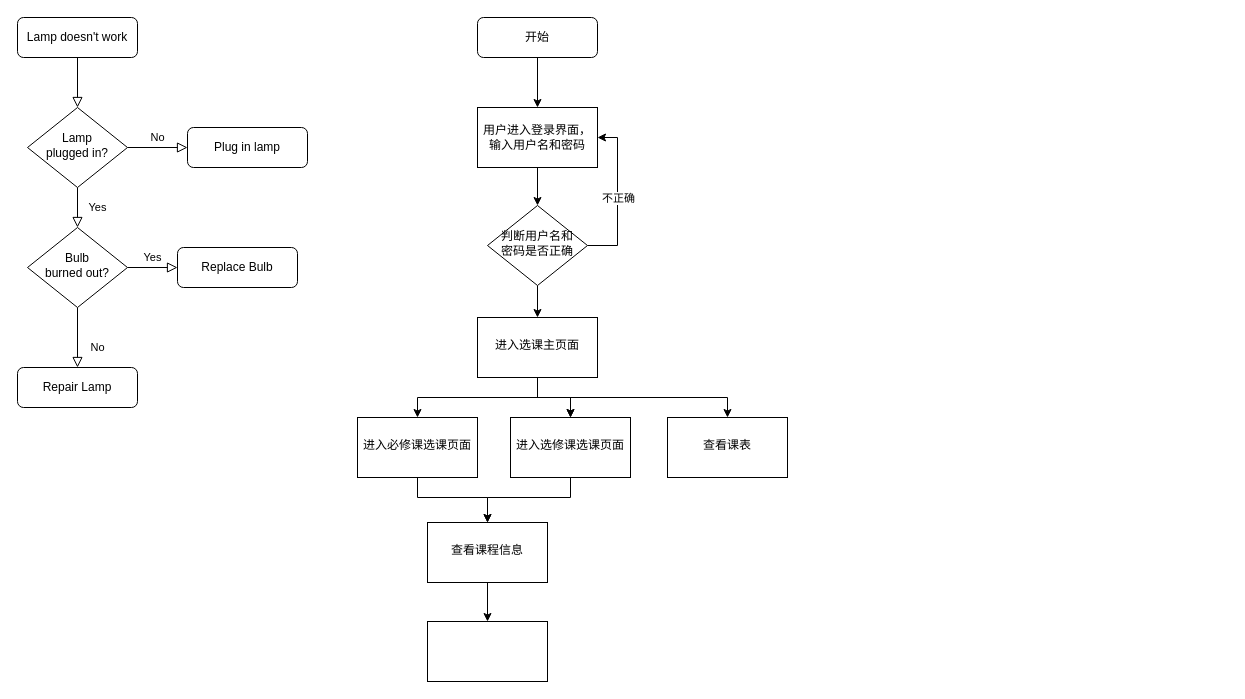
Earlier version of the draw.io diagram 1.drawio (Wanwan0407/Web-wan). Source tidied: cells renumbered, new cells numbered last; positions are measured from the earlier drawing's top-left corner, leaving out a move shared by most shapes. Both pictures are drawn from the tidied source at 100%, with x=0, y=0 at pixel (17, 17).
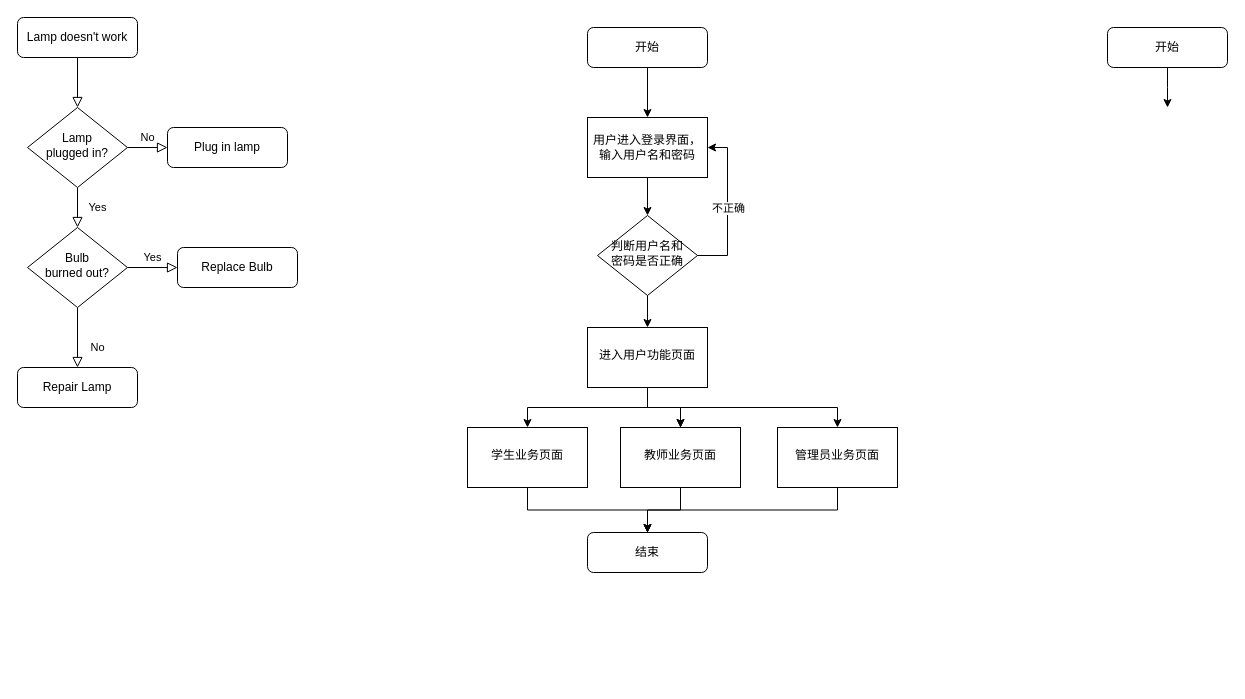
The same diagram, later.

What changed in the source:
```diff
@@
     <mxCell id="7" value="Plug in lamp" style="rounded=1;whiteSpace=wrap;html=1;fontSize=12;glass=0;strokeWidth=1;shadow=0;" parent="1" vertex="1">
-      <mxGeometry x="170" y="110" width="120" height="40" as="geometry" />
+      <mxGeometry x="150" y="110" width="120" height="40" as="geometry" />
     </mxCell>
@@
-    <mxCell id="13" style="edgeStyle=orthogonalEdgeStyle;rounded=0;jettySize=auto;html=1;" parent="1" edge="1" source="14" target="20">
-      <mxGeometry relative="1" as="geometry" />
-    </mxCell>
+    <mxCell id="34" style="group;" parent="1" vertex="1">
+      <mxGeometry x="450" y="10" width="430" height="545" as="geometry" />
+    </mxCell>
-    <mxCell id="14" value="开始" style="rounded=1;whiteSpace=wrap;html=1;fontSize=12;glass=0;strokeWidth=1;shadow=0;" parent="1" vertex="1">
-      <mxGeometry x="460" width="120" height="40" as="geometry" />
+    <mxCell id="14" value="开始" style="rounded=1;whiteSpace=wrap;html=1;fontSize=12;glass=0;strokeWidth=1;shadow=0;" parent="34" vertex="1">
+      <mxGeometry x="120" width="120" height="40" as="geometry" />
     </mxCell>
-    <mxCell id="15" style="edgeStyle=orthogonalEdgeStyle;rounded=0;jettySize=auto;html=1;entryX=1;entryY=0.5;entryDx=0;entryDy=0;" parent="1" edge="1" source="18" target="20">
-      <mxGeometry relative="1" as="geometry">
-        <Array as="points">
-          <mxPoint x="600" y="228" />
-          <mxPoint x="600" y="120" />
-        </Array>
-      </mxGeometry>
-    </mxCell>
-    <mxCell id="16" value="不正确" style="edgeLabel;html=1;align=center;verticalAlign=middle;" parent="15" vertex="1">
-      <mxGeometry x="-0.18" y="-9" relative="1" as="geometry">
-        <mxPoint x="-9" y="-13" as="offset" />
-      </mxGeometry>
-    </mxCell>
-    <mxCell id="17" style="edgeStyle=orthogonalEdgeStyle;rounded=0;jettySize=auto;html=1;" parent="1" edge="1" source="18" target="25">
-      <mxGeometry relative="1" as="geometry" />
-    </mxCell>
-    <mxCell id="18" value="判断用户名和&lt;br&gt;密码是否正确" style="rhombus;whiteSpace=wrap;html=1;shadow=0;fontFamily=Helvetica;fontSize=12;align=center;strokeWidth=1;spacing=6;spacingTop=-4;" parent="1" vertex="1">
-      <mxGeometry x="470" y="188" width="100" height="80" as="geometry" />
+    <mxCell id="18" value="判断用户名和&lt;br&gt;密码是否正确" style="rhombus;whiteSpace=wrap;html=1;shadow=0;fontFamily=Helvetica;fontSize=12;align=center;strokeWidth=1;spacing=6;spacingTop=-4;" parent="34" vertex="1">
+      <mxGeometry x="130" y="188" width="100" height="80" as="geometry" />
     </mxCell>
-    <mxCell id="19" style="edgeStyle=orthogonalEdgeStyle;rounded=0;jettySize=auto;html=1;exitX=0.5;exitY=1;exitDx=0;exitDy=0;entryX=0.5;entryY=0;entryDx=0;entryDy=0;" parent="1" edge="1" source="20" target="18">
+    <mxCell id="19" style="edgeStyle=orthogonalEdgeStyle;rounded=0;jettySize=auto;html=1;exitX=0.5;exitY=1;exitDx=0;exitDy=0;entryX=0.5;entryY=0;entryDx=0;entryDy=0;" parent="34" edge="1" source="20" target="18">
       <mxGeometry relative="1" as="geometry" />
     </mxCell>
-    <mxCell id="20" value="用户进入登录界面，输入用户名和密码" style="whiteSpace=wrap;html=1;rounded=0;glass=0;strokeWidth=1;shadow=0;" parent="1" vertex="1">
-      <mxGeometry x="460" y="90" width="120" height="60" as="geometry" />
+    <mxCell id="20" value="用户进入登录界面，输入用户名和密码" style="whiteSpace=wrap;html=1;rounded=0;glass=0;strokeWidth=1;shadow=0;" parent="34" vertex="1">
+      <mxGeometry x="120" y="90" width="120" height="60" as="geometry" />
     </mxCell>
+    <mxCell id="13" style="edgeStyle=orthogonalEdgeStyle;rounded=0;jettySize=auto;html=1;" parent="34" edge="1" source="14" target="20">
+      <mxGeometry relative="1" as="geometry" />
+    </mxCell>
+    <mxCell id="15" style="edgeStyle=orthogonalEdgeStyle;rounded=0;jettySize=auto;html=1;entryX=1;entryY=0.5;entryDx=0;entryDy=0;" parent="34" edge="1" source="18" target="20">
+      <mxGeometry relative="1" as="geometry">
+        <Array as="points">
+          <mxPoint x="260" y="228" />
+          <mxPoint x="260" y="120" />
+        </Array>
+      </mxGeometry>
+    </mxCell>
+    <mxCell id="16" value="不正确" style="edgeLabel;html=1;align=center;verticalAlign=middle;" parent="15" vertex="1">
+      <mxGeometry x="-0.18" y="-9" relative="1" as="geometry">
+        <mxPoint x="-9" y="-13" as="offset" />
+      </mxGeometry>
+    </mxCell>
+    <mxCell id="25" value="进入用户功能页面" style="whiteSpace=wrap;html=1;shadow=0;strokeWidth=1;spacing=6;spacingTop=-4;" parent="34" vertex="1">
+      <mxGeometry x="120" y="300" width="120" height="60" as="geometry" />
+    </mxCell>
+    <mxCell id="17" style="edgeStyle=orthogonalEdgeStyle;rounded=0;jettySize=auto;html=1;" parent="34" edge="1" source="18" target="25">
+      <mxGeometry relative="1" as="geometry" />
+    </mxCell>
+    <mxCell id="27" value="学生业务页面" style="whiteSpace=wrap;html=1;shadow=0;strokeWidth=1;spacing=6;spacingTop=-4;" parent="34" vertex="1">
+      <mxGeometry y="400" width="120" height="60" as="geometry" />
+    </mxCell>
-    <mxCell id="21" style="edgeStyle=orthogonalEdgeStyle;rounded=0;jettySize=auto;html=1;" parent="1" edge="1" source="25" target="27">
+    <mxCell id="21" style="edgeStyle=orthogonalEdgeStyle;rounded=0;jettySize=auto;html=1;" parent="34" edge="1" source="25" target="27">
       <mxGeometry relative="1" as="geometry" />
     </mxCell>
+    <mxCell id="29" value="教师业务页面" style="whiteSpace=wrap;html=1;shadow=0;strokeWidth=1;spacing=6;spacingTop=-4;" parent="34" vertex="1">
+      <mxGeometry x="153" y="400" width="120" height="60" as="geometry" />
+    </mxCell>
-    <mxCell id="22" style="edgeStyle=orthogonalEdgeStyle;rounded=0;jettySize=auto;html=1;" parent="1" edge="1" source="25" target="29">
+    <mxCell id="22" style="edgeStyle=orthogonalEdgeStyle;rounded=0;jettySize=auto;html=1;" parent="34" edge="1" source="25" target="29">
       <mxGeometry relative="1" as="geometry" />
     </mxCell>
-    <mxCell id="23" style="edgeStyle=orthogonalEdgeStyle;rounded=0;jettySize=auto;html=1;" parent="1" edge="1" source="25" target="29">
+    <mxCell id="23" style="edgeStyle=orthogonalEdgeStyle;rounded=0;jettySize=auto;html=1;" parent="34" edge="1" source="25" target="29">
       <mxGeometry relative="1" as="geometry" />
     </mxCell>
+    <mxCell id="30" value="管理员业务页面" style="whiteSpace=wrap;html=1;shadow=0;strokeWidth=1;spacing=6;spacingTop=-4;" parent="34" vertex="1">
+      <mxGeometry x="310" y="400" width="120" height="60" as="geometry" />
+    </mxCell>
-    <mxCell id="24" style="edgeStyle=orthogonalEdgeStyle;rounded=0;jettySize=auto;html=1;exitX=0.5;exitY=1;exitDx=0;exitDy=0;" parent="1" edge="1" source="25" target="30">
+    <mxCell id="24" style="edgeStyle=orthogonalEdgeStyle;rounded=0;jettySize=auto;html=1;exitX=0.5;exitY=1;exitDx=0;exitDy=0;" parent="34" edge="1" source="25" target="30">
       <mxGeometry relative="1" as="geometry" />
     </mxCell>
-    <mxCell id="25" value="进入选课主页面" style="whiteSpace=wrap;html=1;shadow=0;strokeWidth=1;spacing=6;spacingTop=-4;" parent="1" vertex="1">
-      <mxGeometry x="460" y="300" width="120" height="60" as="geometry" />
-    </mxCell>
-    <mxCell id="26" style="edgeStyle=orthogonalEdgeStyle;rounded=0;jettySize=auto;html=1;" parent="1" edge="1" source="27" target="32">
-      <mxGeometry relative="1" as="geometry">
-        <Array as="points">
-          <mxPoint x="400" y="480" />
-          <mxPoint x="470" y="480" />
-        </Array>
-      </mxGeometry>
-    </mxCell>
-    <mxCell id="27" value="进入必修课选课页面" style="whiteSpace=wrap;html=1;shadow=0;strokeWidth=1;spacing=6;spacingTop=-4;" parent="1" vertex="1">
-      <mxGeometry x="340" y="400" width="120" height="60" as="geometry" />
-    </mxCell>
-    <mxCell id="28" style="edgeStyle=orthogonalEdgeStyle;rounded=0;jettySize=auto;html=1;exitX=0.5;exitY=1;exitDx=0;exitDy=0;entryX=0.5;entryY=0;entryDx=0;entryDy=0;" parent="1" edge="1" source="29" target="32">
-      <mxGeometry relative="1" as="geometry">
-        <Array as="points">
-          <mxPoint x="553" y="480" />
-          <mxPoint x="470" y="480" />
-        </Array>
-      </mxGeometry>
-    </mxCell>
-    <mxCell id="29" value="进入选修课选课页面" style="whiteSpace=wrap;html=1;shadow=0;strokeWidth=1;spacing=6;spacingTop=-4;" parent="1" vertex="1">
-      <mxGeometry x="493" y="400" width="120" height="60" as="geometry" />
-    </mxCell>
-    <mxCell id="30" value="查看课表" style="whiteSpace=wrap;html=1;shadow=0;strokeWidth=1;spacing=6;spacingTop=-4;" parent="1" vertex="1">
-      <mxGeometry x="650" y="400" width="120" height="60" as="geometry" />
-    </mxCell>
-    <mxCell id="31" style="edgeStyle=orthogonalEdgeStyle;rounded=0;jettySize=auto;html=1;" parent="1" edge="1" source="32" target="33">
-      <mxGeometry relative="1" as="geometry" />
-    </mxCell>
-    <mxCell id="32" value="查看课程信息" style="whiteSpace=wrap;html=1;shadow=0;strokeWidth=1;spacing=6;spacingTop=-4;" parent="1" vertex="1">
-      <mxGeometry x="410" y="505" width="120" height="60" as="geometry" />
-    </mxCell>
-    <mxCell id="33" style="whiteSpace=wrap;html=1;shadow=0;strokeWidth=1;spacing=6;spacingTop=-4;" parent="1" vertex="1">
-      <mxGeometry x="410" y="604" width="120" height="60" as="geometry" />
-    </mxCell>
+    <mxCell id="35" value="结束" style="rounded=1;whiteSpace=wrap;html=1;fontSize=12;glass=0;strokeWidth=1;shadow=0;" parent="34" vertex="1">
+      <mxGeometry x="120" y="505" width="120" height="40" as="geometry" />
+    </mxCell>
+    <mxCell id="36" style="edgeStyle=orthogonalEdgeStyle;rounded=0;jettySize=auto;html=1;exitX=0.5;exitY=1;exitDx=0;exitDy=0;entryX=0.5;entryY=0;entryDx=0;entryDy=0;" parent="34" edge="1" source="27" target="35">
+      <mxGeometry relative="1" as="geometry" />
+    </mxCell>
+    <mxCell id="37" style="edgeStyle=orthogonalEdgeStyle;rounded=0;jettySize=auto;html=1;exitX=0.5;exitY=1;exitDx=0;exitDy=0;entryX=0.5;entryY=0;entryDx=0;entryDy=0;" parent="34" edge="1" source="29" target="35">
+      <mxGeometry relative="1" as="geometry" />
+    </mxCell>
+    <mxCell id="38" style="edgeStyle=orthogonalEdgeStyle;rounded=0;jettySize=auto;html=1;exitX=0.5;exitY=1;exitDx=0;exitDy=0;entryX=0.5;entryY=0;entryDx=0;entryDy=0;" parent="34" edge="1" source="30" target="35">
+      <mxGeometry relative="1" as="geometry" />
+    </mxCell>
+    <mxCell id="39" style="edgeStyle=orthogonalEdgeStyle;rounded=0;jettySize=auto;html=1;exitX=0.5;exitY=1;exitDx=0;exitDy=0;entryX=0.5;entryY=0;entryDx=0;entryDy=0;" parent="1" edge="1" source="40">
+      <mxGeometry relative="1" as="geometry">
+        <mxPoint x="1150" y="90" as="targetPoint" />
+      </mxGeometry>
+    </mxCell>
+    <mxCell id="40" value="开始" style="rounded=1;whiteSpace=wrap;html=1;fontSize=12;glass=0;strokeWidth=1;shadow=0;" parent="1" vertex="1">
+      <mxGeometry x="1090" y="10" width="120" height="40" as="geometry" />
+    </mxCell>
```
